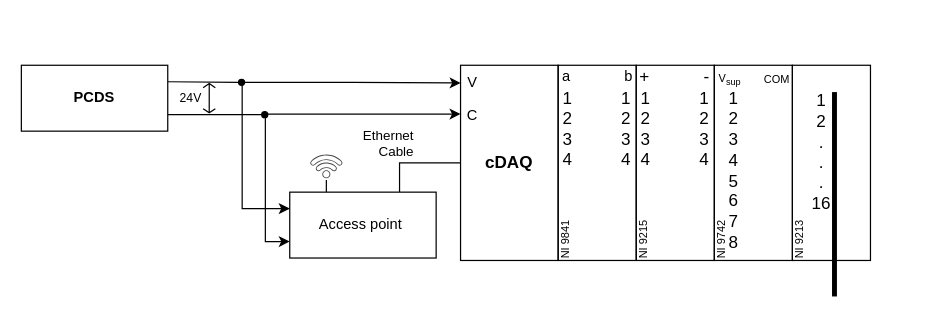
Earlier version of the draw.io diagram Ele_Layout.drawio (AnuragMTP/Figures-thesis). Source tidied: cells renumbered, new cells numbered last; positions are measured from the earlier drawing's top-left corner, leaving out a move shared by most shapes. Both pictures are drawn from the tidied source at 122%, with x=0, y=0 at pixel (21, 57).
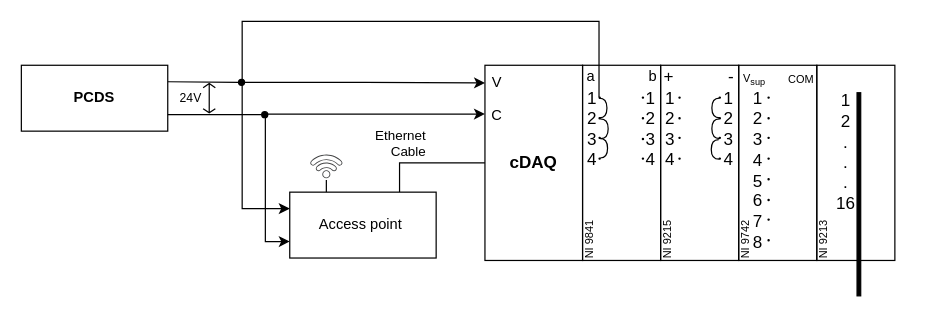
The same page after the edit.

The change refers to these unchanged cells:
```xml
<mxCell id="8" style="ellipse;whiteSpace=wrap;html=1;fillColor=#000000;" parent="1" vertex="1">
  <mxGeometry x="178" y="17.5" width="5" height="5" as="geometry" />
</mxCell>
<mxCell id="22" style="group;" parent="17" vertex="1">
  <mxGeometry x="84" width="291" height="195" as="geometry" />
</mxCell>
<mxCell id="27" style="group;" parent="25" vertex="1">
  <mxGeometry x="-1" y="-5" width="98" height="75" as="geometry" />
</mxCell>
<mxCell id="54" style="group;" parent="53" vertex="1">
  <mxGeometry y="3" width="80" height="161" as="geometry" />
</mxCell>
```

What changed in the source:
```diff
@@
+    <mxCell id="61" style="group;" parent="1" vertex="1">
+      <mxGeometry x="360" width="375" height="195" as="geometry" />
+    </mxCell>
-    <mxCell id="17" style="group;" parent="1" vertex="1">
-      <mxGeometry x="340" width="375" height="195" as="geometry" />
+    <mxCell id="17" style="group;" parent="61" vertex="1">
+      <mxGeometry width="375" height="195" as="geometry" />
     </mxCell>
-    <mxCell id="18" style="group;" parent="17" vertex="1">
-      <mxGeometry y="5" width="100" height="161" as="geometry" />
-    </mxCell>
-    <mxCell id="19" value="&lt;span style=&quot;font-size: 14px;&quot;&gt;&lt;b&gt;cDAQ&lt;/b&gt;&lt;/span&gt;" style="rounded=0;whiteSpace=wrap;html=1;labelPosition=center;verticalLabelPosition=middle;align=center;verticalAlign=middle;" parent="18" vertex="1">
-      <mxGeometry x="20" y="1" width="80" height="160" as="geometry" />
-    </mxCell>
-    <mxCell id="20" value="V" style="text;html=1;strokeColor=none;fillColor=none;align=center;verticalAlign=middle;whiteSpace=wrap;rounded=0;" parent="18" vertex="1">
-      <mxGeometry width="60" height="30" as="geometry" />
-    </mxCell>
-    <mxCell id="21" value="C" style="text;html=1;strokeColor=none;fillColor=none;align=center;verticalAlign=middle;whiteSpace=wrap;rounded=0;" parent="18" vertex="1">
-      <mxGeometry y="27" width="60" height="30" as="geometry" />
-    </mxCell>
@@
+    <mxCell id="42" style="group;" parent="22" vertex="1">
+      <mxGeometry width="99" height="166" as="geometry" />
+    </mxCell>
+    <mxCell id="43" style="group;" parent="42" vertex="1">
+      <mxGeometry width="99" height="166" as="geometry" />
+    </mxCell>
+    <mxCell id="44" style="group;" parent="43" vertex="1">
+      <mxGeometry y="5" width="99" height="161" as="geometry" />
+    </mxCell>
+    <mxCell id="45" style="rounded=0;whiteSpace=wrap;html=1;labelPosition=center;verticalLabelPosition=middle;align=center;verticalAlign=middle;fillColor=none;" parent="44" vertex="1">
+      <mxGeometry x="16" y="1" width="64" height="160" as="geometry" />
+    </mxCell>
+    <mxCell id="46" style="group;" parent="44" vertex="1">
+      <mxGeometry x="-1" y="-5" width="98" height="75" as="geometry" />
+    </mxCell>
+    <mxCell id="47" value="&lt;font style=&quot;&quot;&gt;&lt;span style=&quot;font-size: 14px;&quot;&gt;1&lt;/span&gt;&lt;br&gt;&lt;span style=&quot;font-size: 14px;&quot;&gt;2&lt;/span&gt;&lt;br&gt;&lt;span style=&quot;font-size: 14px;&quot;&gt;3&lt;/span&gt;&lt;br&gt;&lt;div style=&quot;text-align: left;&quot;&gt;&lt;span style=&quot;font-size: 14px;&quot;&gt;4&lt;/span&gt;&lt;/div&gt;&lt;/font&gt;" style="text;html=1;strokeColor=none;fillColor=none;align=center;verticalAlign=middle;whiteSpace=wrap;rounded=0;" parent="46" vertex="1">
+      <mxGeometry x="1" y="43" width="48" height="30" as="geometry" />
+    </mxCell>
+    <mxCell id="48" value="a" style="text;html=1;strokeColor=none;fillColor=none;align=center;verticalAlign=middle;whiteSpace=wrap;rounded=0;" parent="46" vertex="1">
+      <mxGeometry width="48" height="30" as="geometry" />
+    </mxCell>
+    <mxCell id="49" value="&lt;font style=&quot;font-size: 14px;&quot;&gt;1&lt;br&gt;2&lt;br&gt;3&lt;br&gt;4&lt;/font&gt;" style="text;html=1;strokeColor=none;fillColor=none;align=center;verticalAlign=middle;whiteSpace=wrap;rounded=0;" parent="46" vertex="1">
+      <mxGeometry x="49" y="43" width="48" height="30" as="geometry" />
+    </mxCell>
+    <mxCell id="50" style="edgeStyle=elbowEdgeStyle;rounded=0;orthogonalLoop=1;jettySize=auto;html=1;exitX=0.75;exitY=0;exitDx=0;exitDy=0;fontSize=14;fontColor=none;endArrow=none;endFill=0;" parent="46" edge="1" source="47" target="47">
+      <mxGeometry relative="1" as="geometry" />
+    </mxCell>
+    <mxCell id="62" style="group;" parent="46" vertex="1">
+      <mxGeometry x="30.5" y="32" width="1" height="51" as="geometry" />
+    </mxCell>
+    <mxCell id="63" style="group;" parent="62" vertex="1">
+      <mxGeometry width="1" height="18" as="geometry" />
+    </mxCell>
+    <mxCell id="64" style="ellipse;whiteSpace=wrap;html=1;fillColor=#000000;" parent="63" vertex="1">
+      <mxGeometry width="1" height="1" as="geometry" />
+    </mxCell>
+    <mxCell id="65" style="ellipse;whiteSpace=wrap;html=1;fillColor=#000000;" parent="63" vertex="1">
+      <mxGeometry y="17" width="1" height="1" as="geometry" />
+    </mxCell>
+    <mxCell id="66" style="edgeStyle=orthogonalEdgeStyle;curved=1;rounded=0;jettySize=auto;html=1;exitX=1;exitY=0;exitDx=0;exitDy=0;entryX=0.5;entryY=1;entryDx=0;entryDy=0;fontSize=14;fontColor=none;endArrow=none;endFill=0;" parent="62" edge="1" source="67" target="68">
+      <mxGeometry relative="1" as="geometry">
+        <Array as="points">
+          <mxPoint x="7" y="50" />
+          <mxPoint x="7" y="34" />
+        </Array>
+      </mxGeometry>
+    </mxCell>
+    <mxCell id="67" style="ellipse;whiteSpace=wrap;html=1;fillColor=#000000;" parent="62" vertex="1">
+      <mxGeometry y="50" width="1" height="1" as="geometry" />
+    </mxCell>
+    <mxCell id="68" style="ellipse;whiteSpace=wrap;html=1;fillColor=#000000;" parent="62" vertex="1">
+      <mxGeometry y="33" width="1" height="1" as="geometry" />
+    </mxCell>
+    <mxCell id="69" style="edgeStyle=orthogonalEdgeStyle;curved=1;rounded=0;orthogonalLoop=1;jettySize=auto;html=1;exitX=1;exitY=0;exitDx=0;exitDy=0;entryX=0.5;entryY=1;entryDx=0;entryDy=0;fontSize=14;fontColor=none;endArrow=none;endFill=0;" parent="46" edge="1">
+      <mxGeometry relative="1" as="geometry">
+        <mxPoint x="31.9" y="66.1" as="sourcePoint" />
+        <mxPoint x="31.5" y="49.9" as="targetPoint" />
+        <Array as="points">
+          <mxPoint x="38" y="65.9" />
+          <mxPoint x="38" y="49.9" />
+        </Array>
+      </mxGeometry>
+    </mxCell>
+    <mxCell id="70" style="edgeStyle=orthogonalEdgeStyle;curved=1;rounded=0;orthogonalLoop=1;jettySize=auto;html=1;exitX=1;exitY=0;exitDx=0;exitDy=0;entryX=0.5;entryY=1;entryDx=0;entryDy=0;fontSize=14;fontColor=none;endArrow=none;endFill=0;" parent="46" edge="1">
+      <mxGeometry relative="1" as="geometry">
+        <mxPoint x="30.9" y="49.1" as="sourcePoint" />
+        <mxPoint x="30.5" y="33" as="targetPoint" />
+        <Array as="points">
+          <mxPoint x="37" y="49" />
+          <mxPoint x="37" y="33" />
+        </Array>
+      </mxGeometry>
+    </mxCell>
+    <mxCell id="51" value="&lt;font style=&quot;font-size: 9px;&quot;&gt;NI 9841&lt;/font&gt;" style="text;html=1;strokeColor=none;fillColor=none;align=center;verticalAlign=top;whiteSpace=wrap;rounded=0;fontSize=12;fontColor=none;rotation=270;flipV=1;flipH=1;direction=west;horizontal=1;textDirection=ltr;" parent="44" vertex="1">
+      <mxGeometry x="-8" y="129" width="60" height="30" as="geometry" />
+    </mxCell>
+    <mxCell id="71" style="group;" parent="44" vertex="1">
+      <mxGeometry x="65" y="27" width="1" height="51" as="geometry" />
+    </mxCell>
+    <mxCell id="72" style="group;" parent="71" vertex="1">
+      <mxGeometry width="1" height="18" as="geometry" />
+    </mxCell>
+    <mxCell id="73" style="ellipse;whiteSpace=wrap;html=1;fillColor=#000000;" parent="72" vertex="1">
+      <mxGeometry width="1" height="1" as="geometry" />
+    </mxCell>
+    <mxCell id="74" style="ellipse;whiteSpace=wrap;html=1;fillColor=#000000;" parent="72" vertex="1">
+      <mxGeometry y="17" width="1" height="1" as="geometry" />
+    </mxCell>
+    <mxCell id="75" style="ellipse;whiteSpace=wrap;html=1;fillColor=#000000;" parent="71" vertex="1">
+      <mxGeometry y="50" width="1" height="1" as="geometry" />
+    </mxCell>
+    <mxCell id="76" style="ellipse;whiteSpace=wrap;html=1;fillColor=#000000;" parent="71" vertex="1">
+      <mxGeometry y="34" width="1" height="1" as="geometry" />
+    </mxCell>
+    <mxCell id="52" value="b" style="text;html=1;strokeColor=none;fillColor=none;align=center;verticalAlign=middle;whiteSpace=wrap;rounded=0;" parent="43" vertex="1">
+      <mxGeometry x="50" width="48" height="30" as="geometry" />
+    </mxCell>
     <mxCell id="23" style="group;" parent="22" vertex="1">
-      <mxGeometry x="64" width="99" height="166" as="geometry" />
+      <mxGeometry x="64" width="99" height="185" as="geometry" />
     </mxCell>
     <mxCell id="24" style="group;" parent="23" vertex="1">
-      <mxGeometry width="99" height="166" as="geometry" />
+      <mxGeometry width="99" height="185" as="geometry" />
     </mxCell>
     <mxCell id="25" style="group;" parent="24" vertex="1">
-      <mxGeometry y="5" width="99" height="161" as="geometry" />
+      <mxGeometry y="5" width="99" height="180" as="geometry" />
     </mxCell>
@@
+    <mxCell id="77" style="edgeStyle=orthogonalEdgeStyle;curved=1;rounded=0;orthogonalLoop=1;jettySize=auto;html=1;exitX=1;exitY=0;exitDx=0;exitDy=0;entryX=0.5;entryY=1;entryDx=0;entryDy=0;fontSize=14;fontColor=none;endArrow=none;endFill=0;" parent="27" edge="1">
+      <mxGeometry relative="1" as="geometry">
+        <mxPoint x="65.1" y="49.9" as="sourcePoint" />
+        <mxPoint x="65.5" y="66.1" as="targetPoint" />
+        <Array as="points">
+          <mxPoint x="59" y="50.1" />
+          <mxPoint x="59" y="66.1" />
+        </Array>
+      </mxGeometry>
+    </mxCell>
@@
+    <mxCell id="78" style="group;" parent="25" vertex="1">
+      <mxGeometry x="31" y="27" width="1" height="51" as="geometry" />
+    </mxCell>
+    <mxCell id="79" style="group;" parent="78" vertex="1">
+      <mxGeometry width="1" height="18" as="geometry" />
+    </mxCell>
+    <mxCell id="80" style="ellipse;whiteSpace=wrap;html=1;fillColor=#000000;" parent="79" vertex="1">
+      <mxGeometry width="1" height="1" as="geometry" />
+    </mxCell>
+    <mxCell id="81" style="ellipse;whiteSpace=wrap;html=1;fillColor=#000000;" parent="79" vertex="1">
+      <mxGeometry y="17" width="1" height="1" as="geometry" />
+    </mxCell>
+    <mxCell id="82" style="ellipse;whiteSpace=wrap;html=1;fillColor=#000000;" parent="78" vertex="1">
+      <mxGeometry y="50" width="1" height="1" as="geometry" />
+    </mxCell>
+    <mxCell id="83" style="ellipse;whiteSpace=wrap;html=1;fillColor=#000000;" parent="78" vertex="1">
+      <mxGeometry y="33" width="1" height="1" as="geometry" />
+    </mxCell>
+    <mxCell id="84" style="edgeStyle=orthogonalEdgeStyle;curved=1;rounded=0;orthogonalLoop=1;jettySize=auto;html=1;exitX=1;exitY=0;exitDx=0;exitDy=0;entryX=0.5;entryY=1;entryDx=0;entryDy=0;fontSize=14;fontColor=none;endArrow=none;endFill=0;" parent="25" edge="1">
+      <mxGeometry relative="1" as="geometry">
+        <mxPoint x="64.1" y="28" as="sourcePoint" />
+        <mxPoint x="64.5" y="44.1" as="targetPoint" />
+        <Array as="points">
+          <mxPoint x="58" y="28.1" />
+          <mxPoint x="58" y="44.1" />
+        </Array>
+      </mxGeometry>
+    </mxCell>
@@
-    <mxCell id="42" style="group;" parent="22" vertex="1">
-      <mxGeometry width="99" height="166" as="geometry" />
-    </mxCell>
-    <mxCell id="43" style="group;" parent="42" vertex="1">
-      <mxGeometry width="99" height="166" as="geometry" />
-    </mxCell>
-    <mxCell id="44" style="group;" parent="43" vertex="1">
-      <mxGeometry y="5" width="99" height="161" as="geometry" />
-    </mxCell>
-    <mxCell id="45" style="rounded=0;whiteSpace=wrap;html=1;labelPosition=center;verticalLabelPosition=middle;align=center;verticalAlign=middle;fillColor=none;" parent="44" vertex="1">
-      <mxGeometry x="16" y="1" width="64" height="160" as="geometry" />
-    </mxCell>
-    <mxCell id="46" style="group;" parent="44" vertex="1">
-      <mxGeometry x="-1" y="-5" width="98" height="75" as="geometry" />
-    </mxCell>
-    <mxCell id="47" value="&lt;font style=&quot;&quot;&gt;&lt;span style=&quot;font-size: 14px;&quot;&gt;1&lt;/span&gt;&lt;br&gt;&lt;span style=&quot;font-size: 14px;&quot;&gt;2&lt;/span&gt;&lt;br&gt;&lt;span style=&quot;font-size: 14px;&quot;&gt;3&lt;/span&gt;&lt;br&gt;&lt;div style=&quot;text-align: left;&quot;&gt;&lt;span style=&quot;font-size: 14px;&quot;&gt;4&lt;/span&gt;&lt;/div&gt;&lt;/font&gt;" style="text;html=1;strokeColor=none;fillColor=none;align=center;verticalAlign=middle;whiteSpace=wrap;rounded=0;" parent="46" vertex="1">
-      <mxGeometry x="1" y="43" width="48" height="30" as="geometry" />
-    </mxCell>
-    <mxCell id="48" value="a" style="text;html=1;strokeColor=none;fillColor=none;align=center;verticalAlign=middle;whiteSpace=wrap;rounded=0;" parent="46" vertex="1">
-      <mxGeometry width="48" height="30" as="geometry" />
-    </mxCell>
-    <mxCell id="49" value="&lt;font style=&quot;font-size: 14px;&quot;&gt;1&lt;br&gt;2&lt;br&gt;3&lt;br&gt;4&lt;/font&gt;" style="text;html=1;strokeColor=none;fillColor=none;align=center;verticalAlign=middle;whiteSpace=wrap;rounded=0;" parent="46" vertex="1">
-      <mxGeometry x="49" y="43" width="48" height="30" as="geometry" />
-    </mxCell>
-    <mxCell id="50" style="edgeStyle=elbowEdgeStyle;rounded=0;orthogonalLoop=1;jettySize=auto;html=1;exitX=0.75;exitY=0;exitDx=0;exitDy=0;fontSize=14;fontColor=none;endArrow=none;endFill=0;" parent="46" edge="1" source="47" target="47">
-      <mxGeometry relative="1" as="geometry" />
-    </mxCell>
-    <mxCell id="51" value="&lt;font style=&quot;font-size: 9px;&quot;&gt;NI 9841&lt;/font&gt;" style="text;html=1;strokeColor=none;fillColor=none;align=center;verticalAlign=top;whiteSpace=wrap;rounded=0;fontSize=12;fontColor=none;rotation=270;flipV=1;flipH=1;direction=west;horizontal=1;textDirection=ltr;" parent="44" vertex="1">
-      <mxGeometry x="-8" y="129" width="60" height="30" as="geometry" />
-    </mxCell>
-    <mxCell id="52" value="b" style="text;html=1;strokeColor=none;fillColor=none;align=center;verticalAlign=middle;whiteSpace=wrap;rounded=0;" parent="43" vertex="1">
-      <mxGeometry x="50" width="48" height="30" as="geometry" />
-    </mxCell>
@@
+    <mxCell id="85" style="group;" parent="54" vertex="1">
+      <mxGeometry y="27" width="1" height="51" as="geometry" />
+    </mxCell>
+    <mxCell id="86" style="group;" parent="85" vertex="1">
+      <mxGeometry width="1" height="18" as="geometry" />
+    </mxCell>
+    <mxCell id="87" style="ellipse;whiteSpace=wrap;html=1;fillColor=#000000;" parent="86" vertex="1">
+      <mxGeometry width="1" height="1" as="geometry" />
+    </mxCell>
+    <mxCell id="88" style="ellipse;whiteSpace=wrap;html=1;fillColor=#000000;" parent="86" vertex="1">
+      <mxGeometry y="17" width="1" height="1" as="geometry" />
+    </mxCell>
+    <mxCell id="89" style="ellipse;whiteSpace=wrap;html=1;fillColor=#000000;" parent="85" vertex="1">
+      <mxGeometry y="50" width="1" height="1" as="geometry" />
+    </mxCell>
+    <mxCell id="90" style="ellipse;whiteSpace=wrap;html=1;fillColor=#000000;" parent="85" vertex="1">
+      <mxGeometry y="33" width="1" height="1" as="geometry" />
+    </mxCell>
+    <mxCell id="91" style="edgeStyle=orthogonalEdgeStyle;curved=1;rounded=0;orthogonalLoop=1;jettySize=auto;html=1;exitX=1;exitY=0;exitDx=0;exitDy=0;entryX=0.5;entryY=1;entryDx=0;entryDy=0;fontSize=14;fontColor=none;endArrow=none;endFill=0;" parent="85" edge="1">
+      <mxGeometry relative="1" as="geometry">
+        <mxPoint x="-0.4" y="34.9" as="sourcePoint" />
+        <mxPoint y="51" as="targetPoint" />
+        <Array as="points">
+          <mxPoint x="-6.5" y="34.9" />
+          <mxPoint x="-6.5" y="50.9" />
+        </Array>
+      </mxGeometry>
+    </mxCell>
@@
+    <mxCell id="18" style="group;" parent="17" vertex="1">
+      <mxGeometry y="5" width="100" height="161" as="geometry" />
+    </mxCell>
+    <mxCell id="19" value="&lt;span style=&quot;font-size: 14px;&quot;&gt;&lt;b&gt;cDAQ&lt;/b&gt;&lt;/span&gt;" style="rounded=0;whiteSpace=wrap;html=1;labelPosition=center;verticalLabelPosition=middle;align=center;verticalAlign=middle;" parent="18" vertex="1">
+      <mxGeometry x="20" y="1" width="80" height="160" as="geometry" />
+    </mxCell>
+    <mxCell id="20" value="V" style="text;html=1;strokeColor=none;fillColor=none;align=center;verticalAlign=middle;whiteSpace=wrap;rounded=0;" parent="18" vertex="1">
+      <mxGeometry width="60" height="30" as="geometry" />
+    </mxCell>
+    <mxCell id="21" value="C" style="text;html=1;strokeColor=none;fillColor=none;align=center;verticalAlign=middle;whiteSpace=wrap;rounded=0;" parent="18" vertex="1">
+      <mxGeometry y="27" width="60" height="30" as="geometry" />
+    </mxCell>
+    <mxCell id="92" style="group;" parent="61" vertex="1">
+      <mxGeometry x="252" y="32" height="117" as="geometry" />
+    </mxCell>
+    <mxCell id="93" style="group;" parent="92" vertex="1">
+      <mxGeometry height="50" as="geometry" />
+    </mxCell>
+    <mxCell id="94" style="group;" parent="93" vertex="1">
+      <mxGeometry width="1" height="18" as="geometry" />
+    </mxCell>
+    <mxCell id="95" style="ellipse;whiteSpace=wrap;html=1;fillColor=#000000;" parent="94" vertex="1">
+      <mxGeometry width="1" height="1" as="geometry" />
+    </mxCell>
+    <mxCell id="96" style="ellipse;whiteSpace=wrap;html=1;fillColor=#000000;" parent="94" vertex="1">
+      <mxGeometry y="17" width="1" height="1" as="geometry" />
+    </mxCell>
+    <mxCell id="97" style="ellipse;whiteSpace=wrap;html=1;fillColor=#000000;" parent="93" vertex="1">
+      <mxGeometry y="50" width="1" height="1" as="geometry" />
+    </mxCell>
+    <mxCell id="98" style="ellipse;whiteSpace=wrap;html=1;fillColor=#000000;" parent="93" vertex="1">
+      <mxGeometry y="33" width="1" height="1" as="geometry" />
+    </mxCell>
+    <mxCell id="99" style="group;" parent="92" vertex="1">
+      <mxGeometry y="67" height="50" as="geometry" />
+    </mxCell>
+    <mxCell id="100" style="group;" parent="99" vertex="1">
+      <mxGeometry width="1" height="18" as="geometry" />
+    </mxCell>
+    <mxCell id="101" style="ellipse;whiteSpace=wrap;html=1;fillColor=#000000;" parent="100" vertex="1">
+      <mxGeometry width="1" height="1" as="geometry" />
+    </mxCell>
+    <mxCell id="102" style="ellipse;whiteSpace=wrap;html=1;fillColor=#000000;" parent="100" vertex="1">
+      <mxGeometry y="17" width="1" height="1" as="geometry" />
+    </mxCell>
+    <mxCell id="103" style="ellipse;whiteSpace=wrap;html=1;fillColor=#000000;" parent="99" vertex="1">
+      <mxGeometry y="50" width="1" height="1" as="geometry" />
+    </mxCell>
+    <mxCell id="104" style="ellipse;whiteSpace=wrap;html=1;fillColor=#000000;" parent="99" vertex="1">
+      <mxGeometry y="33" width="1" height="1" as="geometry" />
+    </mxCell>
+    <mxCell id="105" style="edgeStyle=orthogonalEdgeStyle;rounded=0;jettySize=auto;html=1;exitX=0;exitY=0;exitDx=0;exitDy=0;fontSize=14;fontColor=none;endArrow=none;endFill=0;entryX=1;entryY=0;entryDx=0;entryDy=0;" parent="1" edge="1" source="64" target="8">
+      <mxGeometry relative="1" as="geometry">
+        <Array as="points">
+          <mxPoint x="474" y="-30" />
+          <mxPoint x="181" y="-30" />
+          <mxPoint x="181" y="18" />
+        </Array>
+      </mxGeometry>
+    </mxCell>
```
